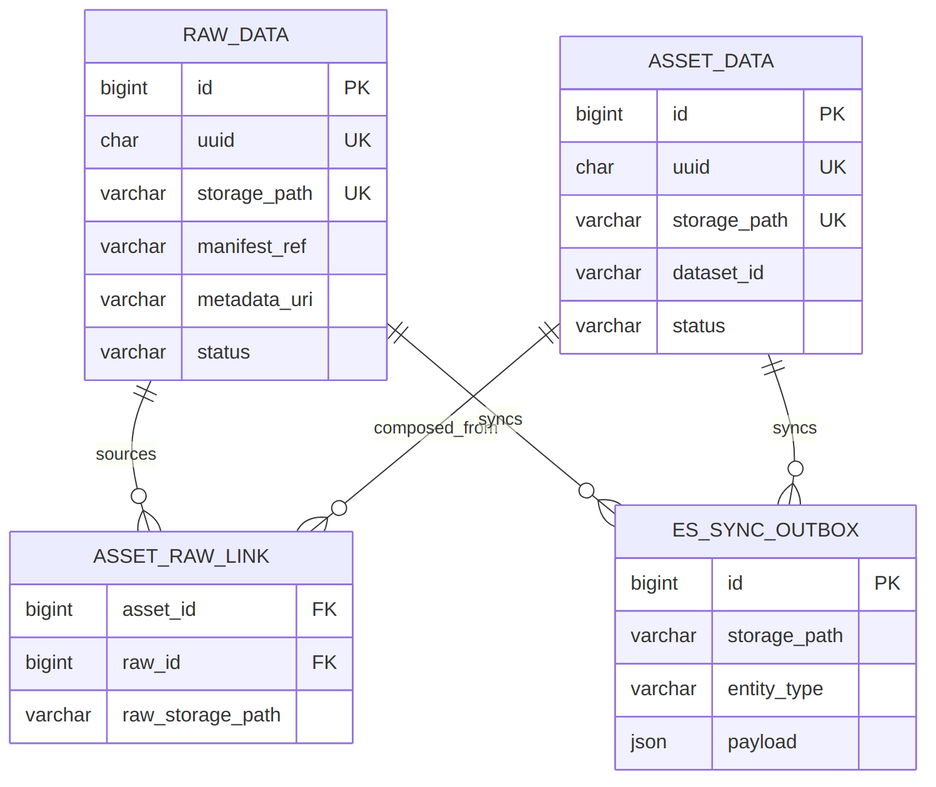
Above: docs/robot-data-platform/images/04-er-tidb.png in sgkokocool1/sgkokocool1 (Mermaid), before the change. Its source is kept beside it as docs/robot-data-platform/diagrams/04-er-tidb.mmd. The source it was exported from:
```mermaid
erDiagram
    RAW_DATA ||--o{ ASSET_RAW_LINK : sources
    ASSET_DATA ||--o{ ASSET_RAW_LINK : composed_from
    RAW_DATA ||--o{ ES_SYNC_OUTBOX : syncs
    ASSET_DATA ||--o{ ES_SYNC_OUTBOX : syncs

    RAW_DATA {
        bigint id PK
        char uuid UK
        varchar storage_path UK
        varchar manifest_ref
        varchar metadata_uri
        varchar status
    }

    ASSET_DATA {
        bigint id PK
        char uuid UK
        varchar storage_path UK
        varchar dataset_id
        varchar status
    }

    ASSET_RAW_LINK {
        bigint asset_id FK
        bigint raw_id FK
        varchar raw_storage_path
    }

    ES_SYNC_OUTBOX {
        bigint id PK
        varchar storage_path
        varchar entity_type
        json payload
    }
```
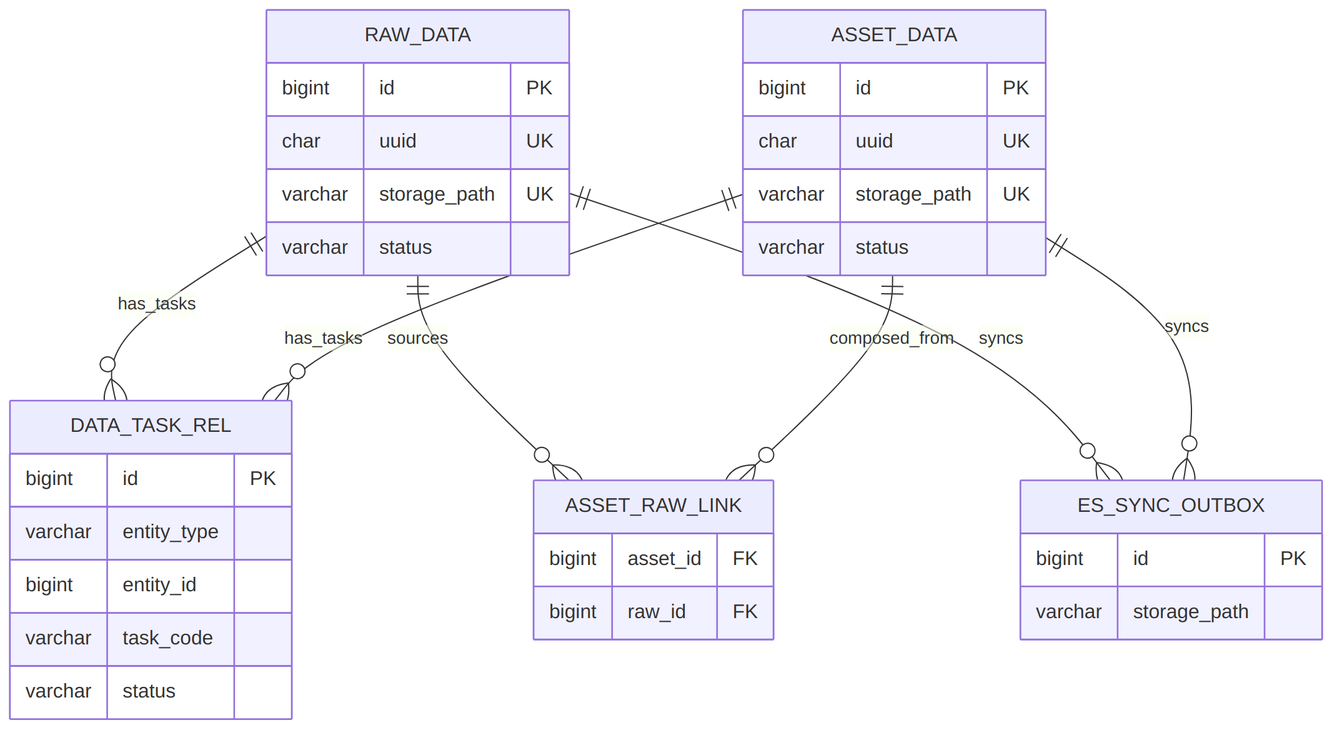
Later version of the same file.

Commit message:
feat: 新增 data_task_rel 数据任务关联表与完成度统计

Change to the diagram source:
```diff
@@ -1,4 +1,6 @@
 erDiagram
+    RAW_DATA ||--o{ DATA_TASK_REL : has_tasks
+    ASSET_DATA ||--o{ DATA_TASK_REL : has_tasks
     RAW_DATA ||--o{ ASSET_RAW_LINK : sources
     ASSET_DATA ||--o{ ASSET_RAW_LINK : composed_from
     RAW_DATA ||--o{ ES_SYNC_OUTBOX : syncs
@@ -8,8 +10,6 @@
         bigint id PK
         char uuid UK
         varchar storage_path UK
-        varchar manifest_ref
-        varchar metadata_uri
         varchar status
     }
 
@@ -17,19 +17,23 @@
         bigint id PK
         char uuid UK
         varchar storage_path UK
-        varchar dataset_id
+        varchar status
+    }
+
+    DATA_TASK_REL {
+        bigint id PK
+        varchar entity_type
+        bigint entity_id
+        varchar task_code
         varchar status
     }
 
     ASSET_RAW_LINK {
         bigint asset_id FK
         bigint raw_id FK
-        varchar raw_storage_path
     }
 
     ES_SYNC_OUTBOX {
         bigint id PK
         varchar storage_path
-        varchar entity_type
-        json payload
     }
```
